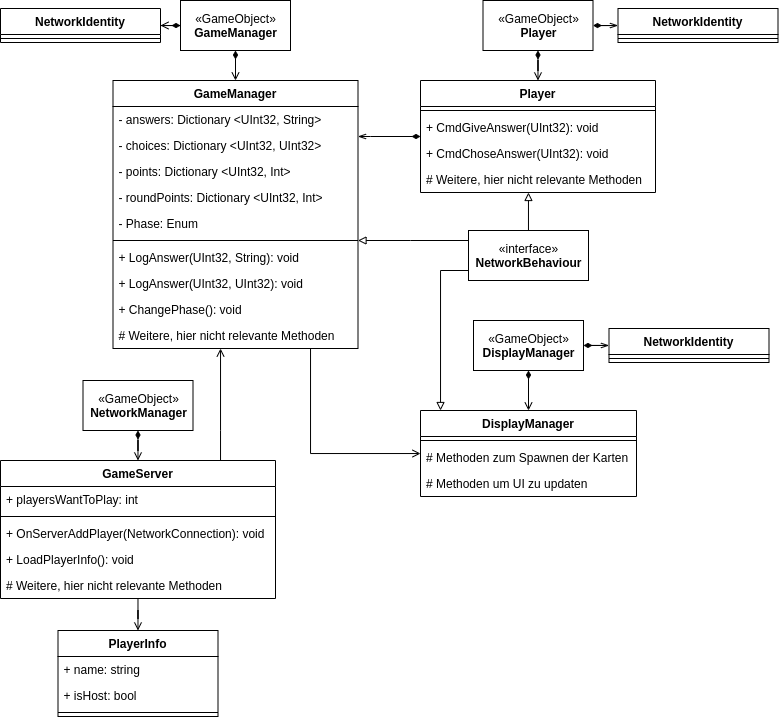
This is Documentation/ClassDiagramms/NetworkDiagramm.png from thm-mni-ii/SWT-P_SS20_Dixit, a draw.io export, as it was before one commit. Source tidied: cells renumbered, new cells last; positions are measured from the earlier drawing's top-left corner, leaving out a move shared by most shapes. Source of this version:
```xml
<mxGraphModel>
  <root>
    <mxCell id="0" />
    <mxCell id="1" parent="0" />
    <mxCell id="2" style="edgeStyle=orthogonalEdgeStyle;rounded=0;jettySize=auto;html=1;startArrow=diamondThin;startFill=1;endArrow=open;endFill=0;" parent="1" edge="1" source="4" target="26">
      <mxGeometry relative="1" as="geometry" />
    </mxCell>
    <mxCell id="3" style="edgeStyle=orthogonalEdgeStyle;rounded=0;jettySize=auto;html=1;entryX=1;entryY=0.5;entryDx=0;entryDy=0;startArrow=diamondThin;startFill=1;endArrow=open;endFill=0;" parent="1" edge="1" source="4" target="15">
      <mxGeometry relative="1" as="geometry" />
    </mxCell>
    <mxCell id="4" value="«GameObject»&lt;br&gt;&lt;b&gt;GameManager&lt;/b&gt;" style="html=1;" parent="1" vertex="1">
      <mxGeometry x="180" width="110" height="50" as="geometry" />
    </mxCell>
    <mxCell id="5" style="edgeStyle=orthogonalEdgeStyle;rounded=0;jettySize=auto;html=1;startArrow=diamondThin;startFill=1;endArrow=open;endFill=0;" parent="1" edge="1" source="7" target="18">
      <mxGeometry relative="1" as="geometry" />
    </mxCell>
    <mxCell id="6" style="edgeStyle=orthogonalEdgeStyle;rounded=0;jettySize=auto;html=1;startArrow=diamondThin;startFill=1;endArrow=openThin;endFill=0;" parent="1" edge="1" source="7" target="23">
      <mxGeometry relative="1" as="geometry" />
    </mxCell>
    <mxCell id="7" value="«GameObject»&lt;br&gt;&lt;b&gt;Player&lt;/b&gt;" style="html=1;" parent="1" vertex="1">
      <mxGeometry x="482.5" width="110" height="50" as="geometry" />
    </mxCell>
    <mxCell id="8" style="edgeStyle=orthogonalEdgeStyle;rounded=0;jettySize=auto;html=1;startArrow=diamondThin;startFill=1;endArrow=open;endFill=0;" parent="1" edge="1" source="9" target="47">
      <mxGeometry relative="1" as="geometry" />
    </mxCell>
    <mxCell id="9" value="«GameObject»&lt;br&gt;&lt;b&gt;NetworkManager&lt;/b&gt;" style="html=1;" parent="1" vertex="1">
      <mxGeometry x="82.5" y="380" width="110" height="50" as="geometry" />
    </mxCell>
    <mxCell id="10" style="edgeStyle=orthogonalEdgeStyle;rounded=0;jettySize=auto;html=1;startArrow=none;startFill=0;endArrow=open;endFill=0;" parent="1" edge="1" source="47" target="53">
      <mxGeometry relative="1" as="geometry" />
    </mxCell>
    <mxCell id="11" style="edgeStyle=orthogonalEdgeStyle;rounded=0;jettySize=auto;html=1;startArrow=none;startFill=0;endArrow=open;endFill=0;" parent="1" edge="1" source="47" target="26">
      <mxGeometry relative="1" as="geometry">
        <Array as="points">
          <mxPoint x="220" y="430" />
          <mxPoint x="220" y="430" />
        </Array>
      </mxGeometry>
    </mxCell>
    <mxCell id="12" style="edgeStyle=orthogonalEdgeStyle;rounded=0;jettySize=auto;html=1;startArrow=diamondThin;startFill=1;endArrow=open;endFill=0;" parent="1" edge="1" source="14" target="43">
      <mxGeometry relative="1" as="geometry" />
    </mxCell>
    <mxCell id="13" style="edgeStyle=orthogonalEdgeStyle;rounded=0;jettySize=auto;html=1;startArrow=diamondThin;startFill=1;endArrow=openThin;endFill=0;" parent="1" edge="1" source="14" target="41">
      <mxGeometry relative="1" as="geometry" />
    </mxCell>
    <mxCell id="14" value="«GameObject»&lt;br&gt;&lt;b&gt;DisplayManager&lt;/b&gt;" style="html=1;" parent="1" vertex="1">
      <mxGeometry x="473" y="320" width="110" height="50" as="geometry" />
    </mxCell>
    <mxCell id="15" value="NetworkIdentity" style="swimlane;fontStyle=1;align=center;verticalAlign=top;horizontal=1;startSize=26;" parent="1" vertex="1">
      <mxGeometry y="8" width="160" height="34" as="geometry" />
    </mxCell>
    <mxCell id="16" style="line;strokeWidth=1;fillColor=none;align=left;verticalAlign=middle;spacingTop=-1;spacingLeft=3;spacingRight=3;labelPosition=right;" parent="15" vertex="1">
      <mxGeometry y="26" width="160" height="8" as="geometry" />
    </mxCell>
    <mxCell id="17" style="edgeStyle=orthogonalEdgeStyle;rounded=0;jettySize=auto;html=1;startArrow=diamondThin;startFill=1;endArrow=openThin;endFill=0;" parent="1" edge="1" source="18" target="26">
      <mxGeometry relative="1" as="geometry">
        <Array as="points">
          <mxPoint x="370" y="136" />
          <mxPoint x="370" y="136" />
        </Array>
      </mxGeometry>
    </mxCell>
    <mxCell id="18" value="Player" style="swimlane;fontStyle=1;align=center;verticalAlign=top;horizontal=1;startSize=26;" parent="1" vertex="1">
      <mxGeometry x="420" y="80" width="235" height="112" as="geometry" />
    </mxCell>
    <mxCell id="19" style="line;strokeWidth=1;fillColor=none;align=left;verticalAlign=middle;spacingTop=-1;spacingLeft=3;spacingRight=3;labelPosition=right;" parent="18" vertex="1">
      <mxGeometry y="26" width="235" height="8" as="geometry" />
    </mxCell>
    <mxCell id="20" value="+ CmdGiveAnswer(UInt32): void" style="text;strokeColor=none;fillColor=none;align=left;verticalAlign=top;spacingLeft=4;spacingRight=4;overflow=hidden;" parent="18" vertex="1">
      <mxGeometry y="34" width="235" height="26" as="geometry" />
    </mxCell>
    <mxCell id="21" value="+ CmdChoseAnswer(UInt32): void" style="text;strokeColor=none;fillColor=none;align=left;verticalAlign=top;spacingLeft=4;spacingRight=4;overflow=hidden;" parent="18" vertex="1">
      <mxGeometry y="60" width="235" height="26" as="geometry" />
    </mxCell>
    <mxCell id="22" value="# Weitere, hier nicht relevante Methoden" style="text;strokeColor=none;fillColor=none;align=left;verticalAlign=top;spacingLeft=4;spacingRight=4;overflow=hidden;" parent="18" vertex="1">
      <mxGeometry y="86" width="235" height="26" as="geometry" />
    </mxCell>
    <mxCell id="23" value="NetworkIdentity" style="swimlane;fontStyle=1;align=center;verticalAlign=top;horizontal=1;startSize=26;" parent="1" vertex="1">
      <mxGeometry x="617.5" y="8" width="160" height="34" as="geometry" />
    </mxCell>
    <mxCell id="24" style="line;strokeWidth=1;fillColor=none;align=left;verticalAlign=middle;spacingTop=-1;spacingLeft=3;spacingRight=3;labelPosition=right;" parent="23" vertex="1">
      <mxGeometry y="26" width="160" height="8" as="geometry" />
    </mxCell>
    <mxCell id="25" style="edgeStyle=orthogonalEdgeStyle;rounded=0;jettySize=auto;html=1;startArrow=none;startFill=0;endArrow=open;endFill=0;" parent="1" edge="1" source="26" target="43">
      <mxGeometry relative="1" as="geometry">
        <Array as="points">
          <mxPoint x="310" y="453" />
        </Array>
      </mxGeometry>
    </mxCell>
    <mxCell id="26" value="GameManager" style="swimlane;fontStyle=1;align=center;verticalAlign=top;horizontal=1;startSize=26;" parent="1" vertex="1">
      <mxGeometry x="112.5" y="80" width="245" height="268" as="geometry" />
    </mxCell>
    <mxCell id="27" value="- answers: Dictionary &lt;UInt32, String&gt;" style="text;strokeColor=none;fillColor=none;align=left;verticalAlign=top;spacingLeft=4;spacingRight=4;overflow=hidden;" parent="26" vertex="1">
      <mxGeometry y="26" width="245" height="26" as="geometry" />
    </mxCell>
    <mxCell id="28" value="- choices: Dictionary &lt;UInt32, UInt32&gt;" style="text;strokeColor=none;fillColor=none;align=left;verticalAlign=top;spacingLeft=4;spacingRight=4;overflow=hidden;" parent="26" vertex="1">
      <mxGeometry y="52" width="245" height="26" as="geometry" />
    </mxCell>
    <mxCell id="29" value="- points: Dictionary &lt;UInt32, Int&gt;" style="text;strokeColor=none;fillColor=none;align=left;verticalAlign=top;spacingLeft=4;spacingRight=4;overflow=hidden;" parent="26" vertex="1">
      <mxGeometry y="78" width="245" height="26" as="geometry" />
    </mxCell>
    <mxCell id="30" value="- roundPoints: Dictionary &lt;UInt32, Int&gt;" style="text;strokeColor=none;fillColor=none;align=left;verticalAlign=top;spacingLeft=4;spacingRight=4;overflow=hidden;" parent="26" vertex="1">
      <mxGeometry y="104" width="245" height="26" as="geometry" />
    </mxCell>
    <mxCell id="31" value="- Phase: Enum" style="text;strokeColor=none;fillColor=none;align=left;verticalAlign=top;spacingLeft=4;spacingRight=4;overflow=hidden;" parent="26" vertex="1">
      <mxGeometry y="130" width="245" height="26" as="geometry" />
    </mxCell>
    <mxCell id="32" style="line;strokeWidth=1;fillColor=none;align=left;verticalAlign=middle;spacingTop=-1;spacingLeft=3;spacingRight=3;labelPosition=right;" parent="26" vertex="1">
      <mxGeometry y="156" width="245" height="8" as="geometry" />
    </mxCell>
    <mxCell id="33" value="+ LogAnswer(UInt32, String): void" style="text;strokeColor=none;fillColor=none;align=left;verticalAlign=top;spacingLeft=4;spacingRight=4;overflow=hidden;" parent="26" vertex="1">
      <mxGeometry y="164" width="245" height="26" as="geometry" />
    </mxCell>
    <mxCell id="34" value="+ LogAnswer(UInt32, UInt32): void" style="text;strokeColor=none;fillColor=none;align=left;verticalAlign=top;spacingLeft=4;spacingRight=4;overflow=hidden;" parent="26" vertex="1">
      <mxGeometry y="190" width="245" height="26" as="geometry" />
    </mxCell>
    <mxCell id="35" value="+ ChangePhase(): void" style="text;strokeColor=none;fillColor=none;align=left;verticalAlign=top;spacingLeft=4;spacingRight=4;overflow=hidden;" parent="26" vertex="1">
      <mxGeometry y="216" width="245" height="26" as="geometry" />
    </mxCell>
    <mxCell id="36" value="# Weitere, hier nicht relevante Methoden" style="text;strokeColor=none;fillColor=none;align=left;verticalAlign=top;spacingLeft=4;spacingRight=4;overflow=hidden;" parent="26" vertex="1">
      <mxGeometry y="242" width="245" height="26" as="geometry" />
    </mxCell>
    <mxCell id="37" style="edgeStyle=orthogonalEdgeStyle;rounded=0;jettySize=auto;html=1;startArrow=none;startFill=0;endArrow=block;endFill=0;" parent="1" edge="1" source="40" target="43">
      <mxGeometry relative="1" as="geometry">
        <Array as="points">
          <mxPoint x="440" y="270" />
        </Array>
      </mxGeometry>
    </mxCell>
    <mxCell id="38" style="edgeStyle=orthogonalEdgeStyle;rounded=0;jettySize=auto;html=1;startArrow=none;startFill=0;endArrow=block;endFill=0;" parent="1" edge="1" source="40" target="18">
      <mxGeometry relative="1" as="geometry">
        <Array as="points">
          <mxPoint x="528" y="200" />
          <mxPoint x="528" y="200" />
        </Array>
      </mxGeometry>
    </mxCell>
    <mxCell id="39" style="edgeStyle=orthogonalEdgeStyle;rounded=0;jettySize=auto;html=1;startArrow=none;startFill=0;endArrow=block;endFill=0;" parent="1" edge="1" source="40" target="26">
      <mxGeometry relative="1" as="geometry">
        <Array as="points">
          <mxPoint x="410" y="240" />
          <mxPoint x="410" y="240" />
        </Array>
      </mxGeometry>
    </mxCell>
    <mxCell id="40" value="«interface»&lt;br&gt;&lt;b&gt;NetworkBehaviour&lt;/b&gt;" style="html=1;" parent="1" vertex="1">
      <mxGeometry x="468" y="230" width="120" height="50" as="geometry" />
    </mxCell>
    <mxCell id="41" value="NetworkIdentity" style="swimlane;fontStyle=1;align=center;verticalAlign=top;horizontal=1;startSize=26;" parent="1" vertex="1">
      <mxGeometry x="608.5" y="328" width="160" height="34" as="geometry" />
    </mxCell>
    <mxCell id="42" style="line;strokeWidth=1;fillColor=none;align=left;verticalAlign=middle;spacingTop=-1;spacingLeft=3;spacingRight=3;labelPosition=right;" parent="41" vertex="1">
      <mxGeometry y="26" width="160" height="8" as="geometry" />
    </mxCell>
    <mxCell id="43" value="DisplayManager" style="swimlane;fontStyle=1;align=center;verticalAlign=top;horizontal=1;startSize=26;" parent="1" vertex="1">
      <mxGeometry x="420" y="410" width="216" height="86" as="geometry" />
    </mxCell>
    <mxCell id="44" style="line;strokeWidth=1;fillColor=none;align=left;verticalAlign=middle;spacingTop=-1;spacingLeft=3;spacingRight=3;labelPosition=right;" parent="43" vertex="1">
      <mxGeometry y="26" width="216" height="8" as="geometry" />
    </mxCell>
    <mxCell id="45" value="# Methoden zum Spawnen der Karten" style="text;strokeColor=none;fillColor=none;align=left;verticalAlign=top;spacingLeft=4;spacingRight=4;overflow=hidden;" parent="43" vertex="1">
      <mxGeometry y="34" width="216" height="26" as="geometry" />
    </mxCell>
    <mxCell id="46" value="# Methoden um UI zu updaten" style="text;strokeColor=none;fillColor=none;align=left;verticalAlign=top;spacingLeft=4;spacingRight=4;overflow=hidden;" parent="43" vertex="1">
      <mxGeometry y="60" width="216" height="26" as="geometry" />
    </mxCell>
    <mxCell id="47" value="GameServer" style="swimlane;fontStyle=1;align=center;verticalAlign=top;horizontal=1;startSize=26;" parent="1" vertex="1">
      <mxGeometry y="460" width="275" height="138" as="geometry" />
    </mxCell>
    <mxCell id="48" value="+ playersWantToPlay: int" style="text;strokeColor=none;fillColor=none;align=left;verticalAlign=top;spacingLeft=4;spacingRight=4;overflow=hidden;" parent="47" vertex="1">
      <mxGeometry y="26" width="275" height="26" as="geometry" />
    </mxCell>
    <mxCell id="49" style="line;strokeWidth=1;fillColor=none;align=left;verticalAlign=middle;spacingTop=-1;spacingLeft=3;spacingRight=3;labelPosition=right;" parent="47" vertex="1">
      <mxGeometry y="52" width="275" height="8" as="geometry" />
    </mxCell>
    <mxCell id="50" value="+ OnServerAddPlayer(NetworkConnection): void" style="text;strokeColor=none;fillColor=none;align=left;verticalAlign=top;spacingLeft=4;spacingRight=4;overflow=hidden;" parent="47" vertex="1">
      <mxGeometry y="60" width="275" height="26" as="geometry" />
    </mxCell>
    <mxCell id="51" value="+ LoadPlayerInfo(): void" style="text;strokeColor=none;fillColor=none;align=left;verticalAlign=top;spacingLeft=4;spacingRight=4;overflow=hidden;" parent="47" vertex="1">
      <mxGeometry y="86" width="275" height="26" as="geometry" />
    </mxCell>
    <mxCell id="52" value="# Weitere, hier nicht relevante Methoden" style="text;strokeColor=none;fillColor=none;align=left;verticalAlign=top;spacingLeft=4;spacingRight=4;overflow=hidden;" parent="47" vertex="1">
      <mxGeometry y="112" width="275" height="26" as="geometry" />
    </mxCell>
    <mxCell id="53" value="PlayerInfo" style="swimlane;fontStyle=1;align=center;verticalAlign=top;horizontal=1;startSize=26;" parent="1" vertex="1">
      <mxGeometry x="57.5" y="630" width="160" height="86" as="geometry" />
    </mxCell>
    <mxCell id="54" value="+ name: string" style="text;strokeColor=none;fillColor=none;align=left;verticalAlign=top;spacingLeft=4;spacingRight=4;overflow=hidden;" parent="53" vertex="1">
      <mxGeometry y="26" width="160" height="26" as="geometry" />
    </mxCell>
    <mxCell id="55" value="+ isHost: bool" style="text;strokeColor=none;fillColor=none;align=left;verticalAlign=top;spacingLeft=4;spacingRight=4;overflow=hidden;" parent="53" vertex="1">
      <mxGeometry y="52" width="160" height="26" as="geometry" />
    </mxCell>
    <mxCell id="56" style="line;strokeWidth=1;fillColor=none;align=left;verticalAlign=middle;spacingTop=-1;spacingLeft=3;spacingRight=3;labelPosition=right;" parent="53" vertex="1">
      <mxGeometry y="78" width="160" height="8" as="geometry" />
    </mxCell>
  </root>
</mxGraphModel>
```
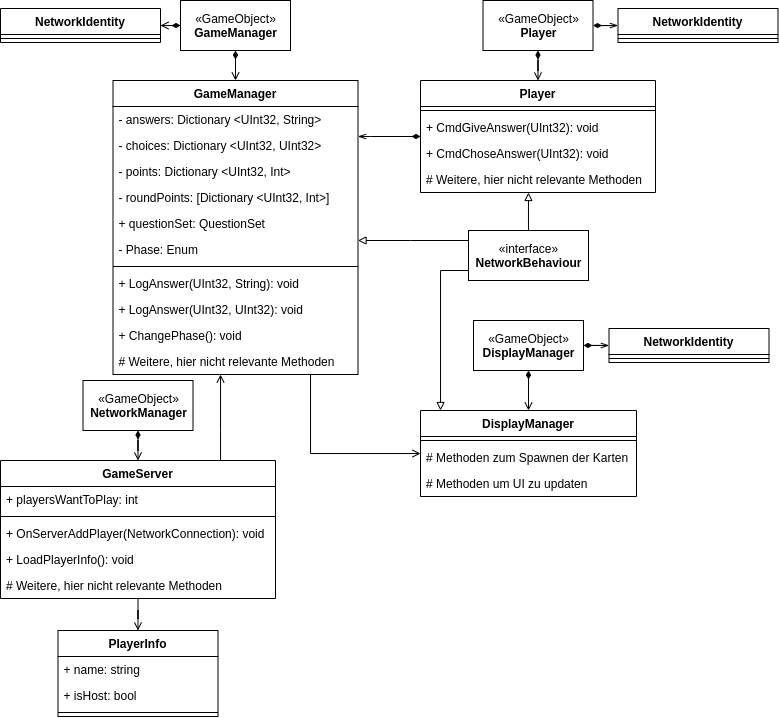
Later version of the same file.

The edit, as a diff of the source:
```diff
@@ -89,7 +89,7 @@
       </mxGeometry>
     </mxCell>
     <mxCell id="26" value="GameManager" style="swimlane;fontStyle=1;align=center;verticalAlign=top;horizontal=1;startSize=26;" parent="1" vertex="1">
-      <mxGeometry x="112.5" y="80" width="245" height="268" as="geometry" />
+      <mxGeometry x="112.5" y="80" width="245" height="294" as="geometry" />
     </mxCell>
     <mxCell id="27" value="- answers: Dictionary &lt;UInt32, String&gt;" style="text;strokeColor=none;fillColor=none;align=left;verticalAlign=top;spacingLeft=4;spacingRight=4;overflow=hidden;" parent="26" vertex="1">
       <mxGeometry y="26" width="245" height="26" as="geometry" />
@@ -100,26 +100,29 @@
     <mxCell id="29" value="- points: Dictionary &lt;UInt32, Int&gt;" style="text;strokeColor=none;fillColor=none;align=left;verticalAlign=top;spacingLeft=4;spacingRight=4;overflow=hidden;" parent="26" vertex="1">
       <mxGeometry y="78" width="245" height="26" as="geometry" />
     </mxCell>
-    <mxCell id="30" value="- roundPoints: Dictionary &lt;UInt32, Int&gt;" style="text;strokeColor=none;fillColor=none;align=left;verticalAlign=top;spacingLeft=4;spacingRight=4;overflow=hidden;" parent="26" vertex="1">
+    <mxCell id="30" value="- roundPoints: [Dictionary &lt;UInt32, Int&gt;]" style="text;strokeColor=none;fillColor=none;align=left;verticalAlign=top;spacingLeft=4;spacingRight=4;overflow=hidden;" parent="26" vertex="1">
       <mxGeometry y="104" width="245" height="26" as="geometry" />
     </mxCell>
+    <mxCell id="57" value="+ questionSet: QuestionSet" style="text;strokeColor=none;fillColor=none;align=left;verticalAlign=top;spacingLeft=4;spacingRight=4;overflow=hidden;" parent="26" vertex="1">
+      <mxGeometry y="130" width="245" height="26" as="geometry" />
+    </mxCell>
     <mxCell id="31" value="- Phase: Enum" style="text;strokeColor=none;fillColor=none;align=left;verticalAlign=top;spacingLeft=4;spacingRight=4;overflow=hidden;" parent="26" vertex="1">
-      <mxGeometry y="130" width="245" height="26" as="geometry" />
+      <mxGeometry y="156" width="245" height="26" as="geometry" />
     </mxCell>
     <mxCell id="32" style="line;strokeWidth=1;fillColor=none;align=left;verticalAlign=middle;spacingTop=-1;spacingLeft=3;spacingRight=3;labelPosition=right;" parent="26" vertex="1">
-      <mxGeometry y="156" width="245" height="8" as="geometry" />
+      <mxGeometry y="182" width="245" height="8" as="geometry" />
     </mxCell>
     <mxCell id="33" value="+ LogAnswer(UInt32, String): void" style="text;strokeColor=none;fillColor=none;align=left;verticalAlign=top;spacingLeft=4;spacingRight=4;overflow=hidden;" parent="26" vertex="1">
-      <mxGeometry y="164" width="245" height="26" as="geometry" />
+      <mxGeometry y="190" width="245" height="26" as="geometry" />
     </mxCell>
     <mxCell id="34" value="+ LogAnswer(UInt32, UInt32): void" style="text;strokeColor=none;fillColor=none;align=left;verticalAlign=top;spacingLeft=4;spacingRight=4;overflow=hidden;" parent="26" vertex="1">
-      <mxGeometry y="190" width="245" height="26" as="geometry" />
+      <mxGeometry y="216" width="245" height="26" as="geometry" />
     </mxCell>
     <mxCell id="35" value="+ ChangePhase(): void" style="text;strokeColor=none;fillColor=none;align=left;verticalAlign=top;spacingLeft=4;spacingRight=4;overflow=hidden;" parent="26" vertex="1">
-      <mxGeometry y="216" width="245" height="26" as="geometry" />
+      <mxGeometry y="242" width="245" height="26" as="geometry" />
     </mxCell>
     <mxCell id="36" value="# Weitere, hier nicht relevante Methoden" style="text;strokeColor=none;fillColor=none;align=left;verticalAlign=top;spacingLeft=4;spacingRight=4;overflow=hidden;" parent="26" vertex="1">
-      <mxGeometry y="242" width="245" height="26" as="geometry" />
+      <mxGeometry y="268" width="245" height="26" as="geometry" />
     </mxCell>
     <mxCell id="37" style="edgeStyle=orthogonalEdgeStyle;rounded=0;jettySize=auto;html=1;startArrow=none;startFill=0;endArrow=block;endFill=0;" parent="1" edge="1" source="40" target="43">
       <mxGeometry relative="1" as="geometry">
```
